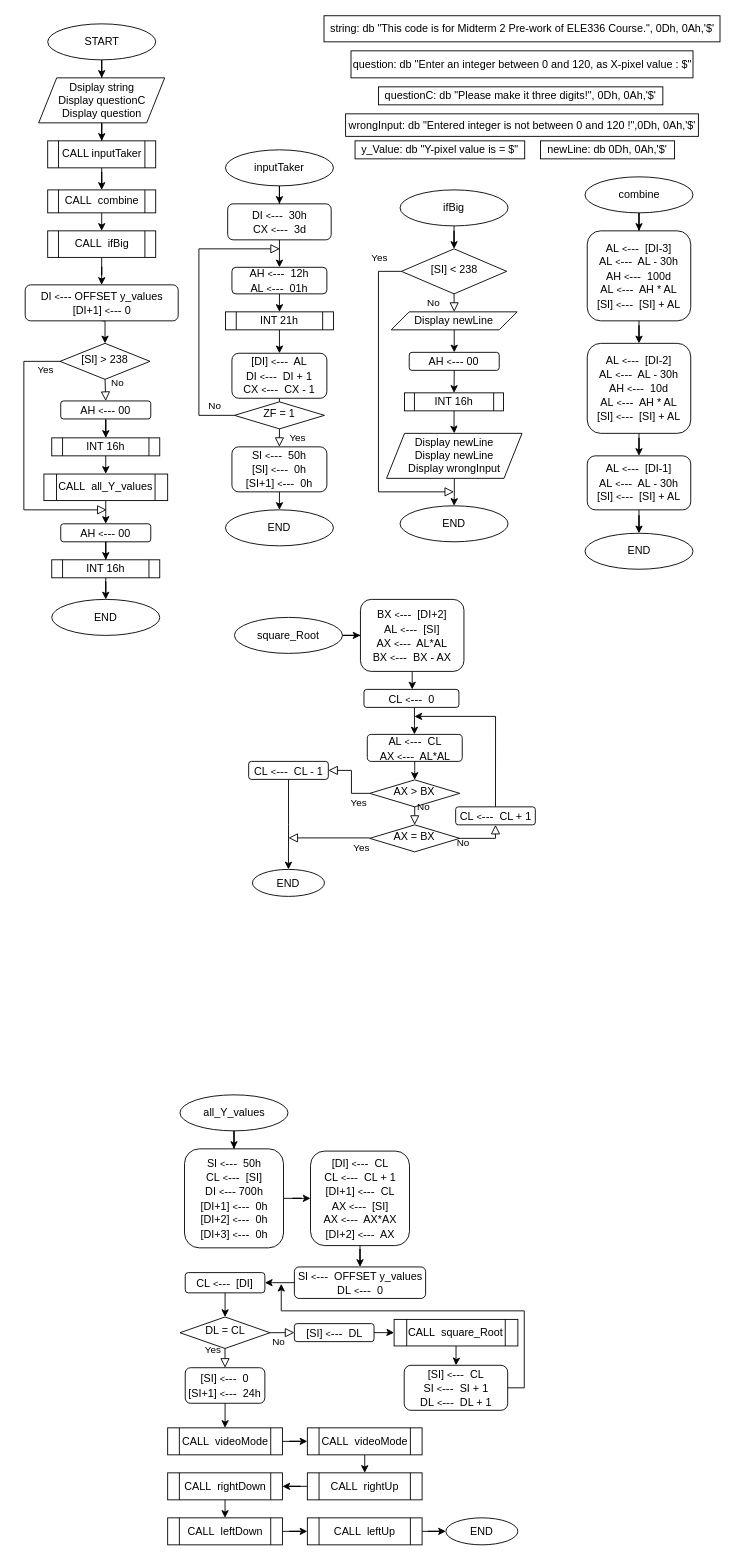
Earlier version of the draw.io diagram finalQ1.drawio (mmuurraatt/My-Projects-On-Github). Source tidied: cells renumbered, new cells numbered last; positions are measured from the earlier drawing's top-left corner, leaving out a move shared by most shapes. Both pictures are drawn from the tidied source at 90%, with x=0, y=0 at pixel (23, 15).
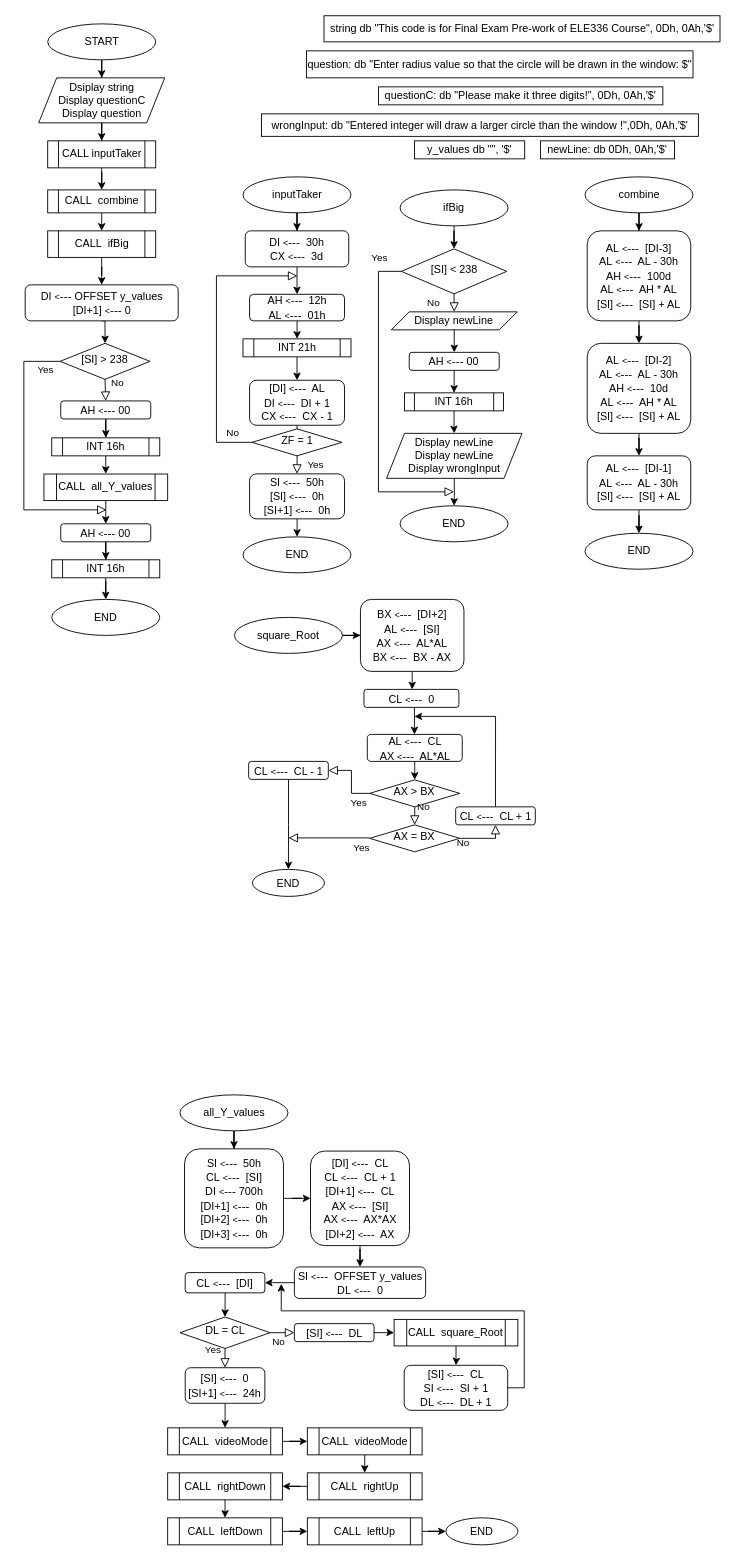
Above is the later version.

What changed in the source:
```diff
@@
-    <mxCell id="21" value="string: db &quot;This code is for Midterm 2 Pre-work of ELE336 Course.&quot;, 0Dh, 0Ah,'$'" style="rounded=0;whiteSpace=wrap;html=1;" parent="1" vertex="1">
+    <mxCell id="21" value="string db &quot;This code is for Final Exam Pre-work of ELE336 Course&quot;, 0Dh, 0Ah,'$'" style="rounded=0;whiteSpace=wrap;html=1;" parent="1" vertex="1">
       <mxGeometry x="333.5" width="440" height="29" as="geometry" />
     </mxCell>
-    <mxCell id="22" value="question: db &quot;Enter an integer between 0 and 120, as X-pixel value : $&quot;" style="rounded=0;whiteSpace=wrap;html=1;" parent="1" vertex="1">
-      <mxGeometry x="363.5" y="39" width="380" height="30" as="geometry" />
+    <mxCell id="22" value="question: db &quot;Enter radius value so that the circle will be drawn in the window: $&quot;" style="rounded=0;whiteSpace=wrap;html=1;" parent="1" vertex="1">
+      <mxGeometry x="314" y="39" width="429.5" height="30" as="geometry" />
     </mxCell>
@@
-    <mxCell id="24" value="wrongInput: db &quot;Entered integer is not between 0 and 120 !&quot;,0Dh, 0Ah,'$'" style="rounded=0;whiteSpace=wrap;html=1;" parent="1" vertex="1">
-      <mxGeometry x="357.5" y="109" width="392" height="25" as="geometry" />
+    <mxCell id="24" value="wrongInput: db &quot;Entered integer will draw a larger circle than the window !&quot;,0Dh, 0Ah,'$'" style="rounded=0;whiteSpace=wrap;html=1;" parent="1" vertex="1">
+      <mxGeometry x="264" y="109" width="485.5" height="25" as="geometry" />
     </mxCell>
-    <mxCell id="25" value="y_Value: db &quot;Y-pixel value is = $&quot;" style="rounded=0;whiteSpace=wrap;html=1;" parent="1" vertex="1">
-      <mxGeometry x="368" y="139" width="188.5" height="20" as="geometry" />
+    <mxCell id="25" value="y_values db &quot;&quot;, '$'" style="rounded=0;whiteSpace=wrap;html=1;" parent="1" vertex="1">
+      <mxGeometry x="434" y="139" width="122.5" height="20" as="geometry" />
     </mxCell>
@@
     <mxCell id="28" value="inputTaker" style="ellipse;whiteSpace=wrap;html=1;" parent="1" vertex="1">
-      <mxGeometry x="224" y="149" width="120" height="40" as="geometry" />
+      <mxGeometry x="243.5" y="179" width="120" height="40" as="geometry" />
     </mxCell>
@@
     <mxCell id="30" value="DI&amp;nbsp;&lt;font style=&quot;font-size: 10px&quot;&gt;&amp;lt;&lt;/font&gt;&lt;font style=&quot;font-size: 13px&quot;&gt;---&lt;/font&gt;&amp;nbsp; 30h&lt;br&gt;CX&amp;nbsp;&lt;font style=&quot;font-size: 10px&quot;&gt;&amp;lt;&lt;/font&gt;&lt;font style=&quot;font-size: 13px&quot;&gt;---&lt;/font&gt;&amp;nbsp; 3d" style="rounded=1;whiteSpace=wrap;html=1;fontSize=12;glass=0;strokeWidth=1;shadow=0;" parent="1" vertex="1">
-      <mxGeometry x="226.5" y="209" width="115" height="40" as="geometry" />
+      <mxGeometry x="246" y="239" width="115" height="40" as="geometry" />
     </mxCell>
@@
     <mxCell id="32" value="AH&amp;nbsp;&lt;font style=&quot;font-size: 10px&quot;&gt;&amp;lt;&lt;/font&gt;&lt;font style=&quot;font-size: 13px&quot;&gt;---&lt;/font&gt;&amp;nbsp; 12h&lt;br&gt;AL&amp;nbsp;&lt;font style=&quot;font-size: 10px&quot;&gt;&amp;lt;&lt;/font&gt;&lt;font style=&quot;font-size: 13px&quot;&gt;---&lt;/font&gt;&amp;nbsp; 01h" style="rounded=1;whiteSpace=wrap;html=1;fontSize=12;glass=0;strokeWidth=1;shadow=0;" parent="1" vertex="1">
-      <mxGeometry x="231.2" y="279.5" width="105.5" height="29.5" as="geometry" />
+      <mxGeometry x="250.8" y="309.5" width="105.5" height="29.5" as="geometry" />
     </mxCell>
@@
     <mxCell id="34" value="INT 21h" style="shape=process;whiteSpace=wrap;html=1;backgroundOutline=1;" parent="1" vertex="1">
-      <mxGeometry x="224" y="329" width="120" height="20" as="geometry" />
+      <mxGeometry x="243.5" y="359" width="120" height="20" as="geometry" />
     </mxCell>
@@
     <mxCell id="36" value="[DI]&amp;nbsp;&lt;font style=&quot;font-size: 10px&quot;&gt;&amp;lt;&lt;/font&gt;&lt;font style=&quot;font-size: 13px&quot;&gt;---&lt;/font&gt;&amp;nbsp; AL&lt;br&gt;DI&amp;nbsp;&lt;font style=&quot;font-size: 10px&quot;&gt;&amp;lt;&lt;/font&gt;&lt;font style=&quot;font-size: 13px&quot;&gt;---&lt;/font&gt;&amp;nbsp; DI + 1&lt;br&gt;CX&amp;nbsp;&lt;font style=&quot;font-size: 10px&quot;&gt;&amp;lt;&lt;/font&gt;&lt;font style=&quot;font-size: 13px&quot;&gt;---&lt;/font&gt;&amp;nbsp; CX - 1" style="rounded=1;whiteSpace=wrap;html=1;fontSize=12;glass=0;strokeWidth=1;shadow=0;" parent="1" vertex="1">
-      <mxGeometry x="231.2" y="375" width="105.5" height="50" as="geometry" />
+      <mxGeometry x="250.8" y="405" width="105.5" height="50" as="geometry" />
     </mxCell>
     <mxCell id="37" value="ZF = 1" style="rhombus;whiteSpace=wrap;html=1;shadow=0;fontFamily=Helvetica;fontSize=12;align=center;strokeWidth=1;spacing=6;spacingTop=-4;" parent="1" vertex="1">
-      <mxGeometry x="234" y="429" width="100" height="30" as="geometry" />
+      <mxGeometry x="253.5" y="459" width="100" height="30" as="geometry" />
     </mxCell>
     <mxCell id="38" value="Yes" style="rounded=0;html=1;jettySize=auto;fontSize=11;endArrow=block;endFill=0;endSize=8;strokeWidth=1;shadow=0;labelBackgroundColor=none;edgeStyle=orthogonalEdgeStyle;exitX=0.5;exitY=1;exitDx=0;exitDy=0;entryX=0.5;entryY=0;entryDx=0;entryDy=0;" parent="1" edge="1" source="37" target="41">
       <mxGeometry y="20" relative="1" as="geometry">
         <Array as="points">
-          <mxPoint x="284.5" y="479" />
-          <mxPoint x="284.5" y="504" />
+          <mxPoint x="304" y="509" />
+          <mxPoint x="304" y="534" />
         </Array>
       </mxGeometry>
     </mxCell>
     <mxCell id="39" value="No" style="edgeStyle=orthogonalEdgeStyle;rounded=0;html=1;jettySize=auto;fontSize=11;endArrow=block;endFill=0;endSize=8;strokeWidth=1;shadow=0;labelBackgroundColor=none;exitX=0;exitY=0.5;exitDx=0;exitDy=0;" parent="1" edge="1" source="37">
       <mxGeometry x="-0.86" y="-10" relative="1" as="geometry">
-        <mxPoint x="284.5" y="259" as="targetPoint" />
+        <mxPoint x="304" y="289" as="targetPoint" />
         <Array as="points">
-          <mxPoint x="194.5" y="444" />
+          <mxPoint x="214" y="474" />
         </Array>
       </mxGeometry>
     </mxCell>
@@
     <mxCell id="41" value="SI&amp;nbsp;&lt;font style=&quot;font-size: 10px&quot;&gt;&amp;lt;&lt;/font&gt;&lt;font style=&quot;font-size: 13px&quot;&gt;---&lt;/font&gt;&amp;nbsp; 50h&lt;br&gt;[SI]&amp;nbsp;&lt;font style=&quot;font-size: 10px&quot;&gt;&amp;lt;&lt;/font&gt;&lt;font style=&quot;font-size: 13px&quot;&gt;---&lt;/font&gt;&amp;nbsp; 0h&lt;br&gt;[SI+1]&amp;nbsp;&lt;font style=&quot;font-size: 10px;&quot;&gt;&amp;lt;&lt;/font&gt;&lt;font style=&quot;font-size: 13px;&quot;&gt;---&lt;/font&gt;&amp;nbsp; 0h" style="rounded=1;whiteSpace=wrap;html=1;fontSize=12;glass=0;strokeWidth=1;shadow=0;" parent="1" vertex="1">
-      <mxGeometry x="231.2" y="479" width="105.5" height="50" as="geometry" />
+      <mxGeometry x="250.8" y="509" width="105.5" height="50" as="geometry" />
     </mxCell>
     <mxCell id="42" value="END" style="ellipse;whiteSpace=wrap;html=1;" parent="1" vertex="1">
-      <mxGeometry x="224" y="549" width="120" height="40" as="geometry" />
+      <mxGeometry x="243.5" y="579" width="120" height="40" as="geometry" />
     </mxCell>
```
